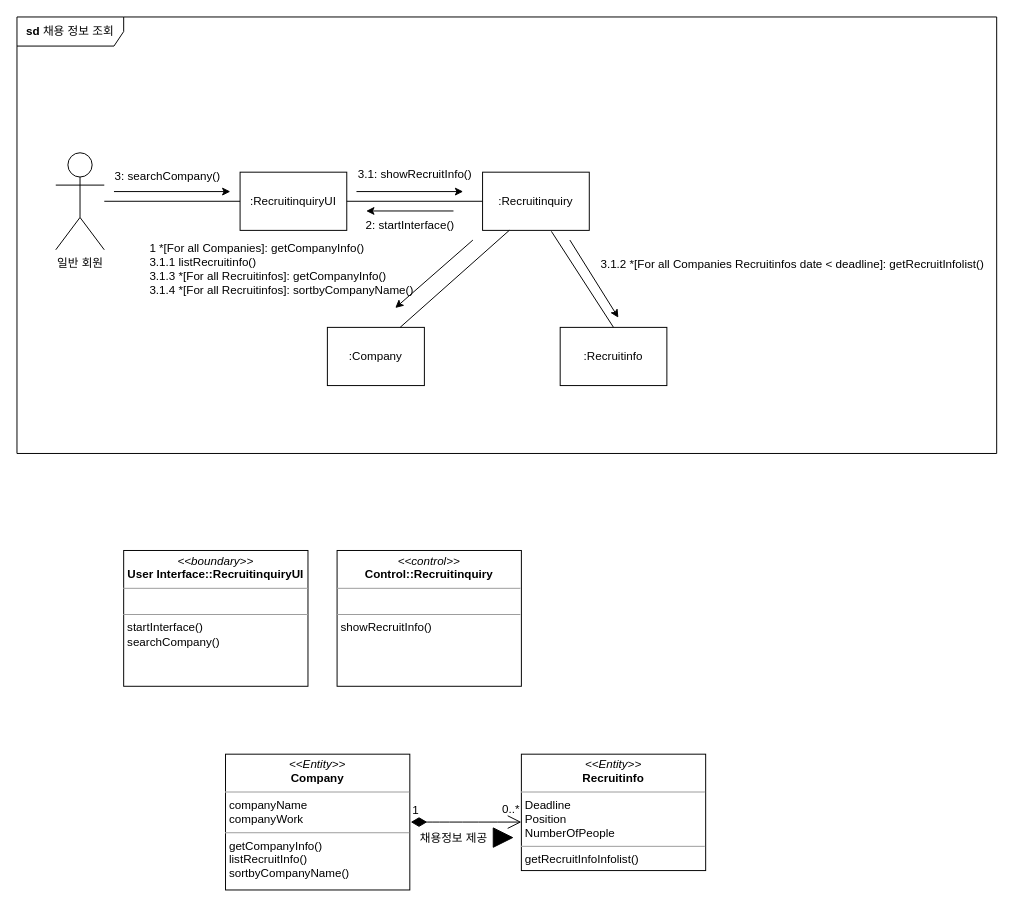
Before: Taemin/채용정보조회_Communication_Diagram_B811045김태민_과제2.drawio in KimTaemin-Git/SE2, a draw.io diagram. Source tidied: cells renumbered, new cells numbered last; positions are measured from the earlier drawing's top-left corner, leaving out a move shared by most shapes. Both pictures are drawn from the tidied source at 97%, with x=0, y=0 at pixel (16, 16).
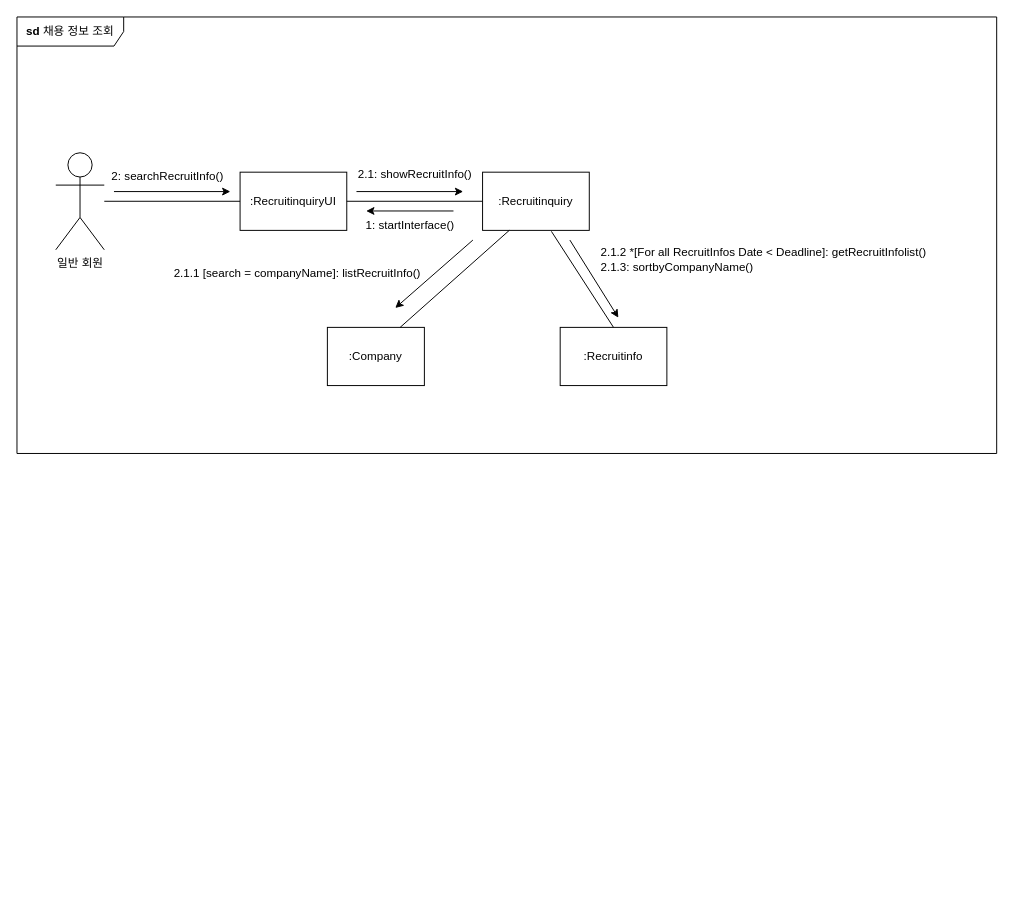
The same diagram, later.

What changed in the source:
```diff
@@
     <mxCell id="2" style="group;" parent="1" vertex="1">
-      <mxGeometry x="40" y="130" width="990" height="250" as="geometry" />
+      <mxGeometry x="40" y="130" width="980" height="250" as="geometry" />
     </mxCell>
@@
-    <mxCell id="11" value="1 *[For all Companies]: getCompanyInfo()&lt;br&gt;3.1.1 listRecruitinfo()&lt;br&gt;3.1.3 *[For all Recruitinfos]: getCompanyInfo()&lt;br&gt;3.1.4 *[For all Recruitinfos]: sortbyCompanyName()" style="text;html=1;align=left;verticalAlign=middle;strokeColor=none;fillColor=none;" parent="2" vertex="1">
-      <mxGeometry x="95" y="95" width="300" height="70" as="geometry" />
+    <mxCell id="11" value="2.1.1 [search = companyName]: listRecruitInfo()" style="text;html=1;align=left;verticalAlign=middle;strokeColor=none;fillColor=none;" parent="2" vertex="1">
+      <mxGeometry x="120" y="120" width="280" height="30" as="geometry" />
     </mxCell>
@@
-    <mxCell id="14" value="3: searchCompany()" style="text;html=1;align=center;verticalAlign=middle;strokeColor=none;fillColor=none;" parent="2" vertex="1">
-      <mxGeometry x="50" y="20" width="130" height="30" as="geometry" />
+    <mxCell id="14" value="2: searchRecruitInfo()" style="text;html=1;align=center;verticalAlign=middle;strokeColor=none;fillColor=none;" parent="2" vertex="1">
+      <mxGeometry x="45" y="20" width="140" height="30" as="geometry" />
     </mxCell>
@@
-    <mxCell id="16" value="2: startInterface()" style="text;html=1;align=center;verticalAlign=middle;strokeColor=none;fillColor=none;" parent="2" vertex="1">
+    <mxCell id="16" value="1: startInterface()" style="text;html=1;align=center;verticalAlign=middle;strokeColor=none;fillColor=none;" parent="2" vertex="1">
       <mxGeometry x="310" y="70" width="110" height="30" as="geometry" />
     </mxCell>
@@
-    <mxCell id="18" value="3.1.2 *[For all Companies Recruitinfos date &amp;lt; deadline]: getRecruitInfolist()" style="text;html=1;align=left;verticalAlign=middle;strokeColor=none;fillColor=none;" parent="2" vertex="1">
-      <mxGeometry x="560" y="110" width="420" height="30" as="geometry" />
+    <mxCell id="18" value="2.1.2 *[For all RecruitInfos Date &amp;lt; Deadline]: getRecruitInfolist()&lt;br&gt;2.1.3: sortbyCompanyName()" style="text;html=1;align=left;verticalAlign=middle;strokeColor=none;fillColor=none;" parent="2" vertex="1">
+      <mxGeometry x="560" y="100" width="360" height="40" as="geometry" />
     </mxCell>
@@
-    <mxCell id="20" value="3.1: showRecruitInfo()" style="text;html=1;align=center;verticalAlign=middle;strokeColor=none;fillColor=none;" parent="1" vertex="1">
+    <mxCell id="20" value="2.1: showRecruitInfo()" style="text;html=1;align=center;verticalAlign=middle;strokeColor=none;fillColor=none;" parent="1" vertex="1">
       <mxGeometry x="340" y="148" width="140" height="30" as="geometry" />
     </mxCell>
@@
-    <mxCell id="23" value="&lt;p style=&quot;margin:0px;margin-top:4px;text-align:center;&quot;&gt;&lt;i&gt;&amp;lt;&amp;lt;boundary&amp;gt;&amp;gt;&lt;/i&gt;&lt;br&gt;&lt;b&gt;User Interface::RecruitinquiryUI&lt;/b&gt;&lt;/p&gt;&lt;hr size=&quot;1&quot;&gt;&lt;p style=&quot;margin:0px;margin-left:4px;&quot;&gt;&lt;br&gt;&lt;/p&gt;&lt;hr size=&quot;1&quot;&gt;&lt;p style=&quot;margin:0px;margin-left:4px;&quot;&gt;startInterface()&lt;/p&gt;&lt;p style=&quot;margin:0px;margin-left:4px;&quot;&gt;searchCompany()&lt;/p&gt;" style="verticalAlign=top;align=left;overflow=fill;fontSize=12;fontFamily=Helvetica;html=1;whiteSpace=wrap;" parent="1" vertex="1">
-      <mxGeometry x="110" y="550" width="190" height="140" as="geometry" />
-    </mxCell>
-    <mxCell id="24" value="&lt;p style=&quot;margin:0px;margin-top:4px;text-align:center;&quot;&gt;&lt;i&gt;&amp;lt;&amp;lt;control&amp;gt;&amp;gt;&lt;/i&gt;&lt;br&gt;&lt;b&gt;Control::Recruitinquiry&lt;/b&gt;&lt;/p&gt;&lt;hr size=&quot;1&quot;&gt;&lt;p style=&quot;margin:0px;margin-left:4px;&quot;&gt;&lt;br&gt;&lt;/p&gt;&lt;hr size=&quot;1&quot;&gt;&lt;p style=&quot;margin:0px;margin-left:4px;&quot;&gt;showRecruitInfo()&lt;/p&gt;" style="verticalAlign=top;align=left;overflow=fill;fontSize=12;fontFamily=Helvetica;html=1;whiteSpace=wrap;" parent="1" vertex="1">
-      <mxGeometry x="330" y="550" width="190" height="140" as="geometry" />
-    </mxCell>
-    <mxCell id="25" value="&lt;p style=&quot;margin:0px;margin-top:4px;text-align:center;&quot;&gt;&lt;i&gt;&amp;lt;&amp;lt;Entity&amp;gt;&amp;gt;&lt;/i&gt;&lt;br&gt;&lt;b&gt;Company&lt;/b&gt;&lt;/p&gt;&lt;hr size=&quot;1&quot;&gt;&lt;p style=&quot;margin:0px;margin-left:4px;&quot;&gt;companyName&lt;/p&gt;&lt;p style=&quot;margin:0px;margin-left:4px;&quot;&gt;companyWork&lt;/p&gt;&lt;hr size=&quot;1&quot;&gt;&lt;p style=&quot;margin:0px;margin-left:4px;&quot;&gt;getCompanyInfo()&lt;/p&gt;&lt;p style=&quot;margin:0px;margin-left:4px;&quot;&gt;listRecruitInfo()&lt;/p&gt;&lt;p style=&quot;margin:0px;margin-left:4px;&quot;&gt;sortbyCompanyName()&lt;/p&gt;" style="verticalAlign=top;align=left;overflow=fill;fontSize=12;fontFamily=Helvetica;html=1;whiteSpace=wrap;" parent="1" vertex="1">
-      <mxGeometry x="215" y="760" width="190" height="140" as="geometry" />
-    </mxCell>
-    <mxCell id="26" value="&lt;p style=&quot;margin:0px;margin-top:4px;text-align:center;&quot;&gt;&lt;i&gt;&amp;lt;&amp;lt;Entity&amp;gt;&amp;gt;&lt;/i&gt;&lt;br&gt;&lt;b&gt;Recruitinfo&lt;/b&gt;&lt;/p&gt;&lt;hr size=&quot;1&quot;&gt;&lt;p style=&quot;margin:0px;margin-left:4px;&quot;&gt;Deadline&lt;/p&gt;&lt;p style=&quot;margin:0px;margin-left:4px;&quot;&gt;Position&lt;br&gt;&lt;/p&gt;&lt;p style=&quot;margin:0px;margin-left:4px;&quot;&gt;NumberOfPeople&lt;/p&gt;&lt;hr size=&quot;1&quot;&gt;&lt;p style=&quot;margin:0px;margin-left:4px;&quot;&gt;getRecruitInfoInfolist()&lt;/p&gt;" style="verticalAlign=top;align=left;overflow=fill;fontSize=12;fontFamily=Helvetica;html=1;whiteSpace=wrap;" parent="1" vertex="1">
-      <mxGeometry x="520" y="760" width="190" height="120" as="geometry" />
-    </mxCell>
-    <mxCell id="27" value="채용정보 제공" style="text;html=1;align=center;verticalAlign=middle;strokeColor=none;fillColor=none;" parent="1" vertex="1">
-      <mxGeometry x="400" y="832" width="100" height="30" as="geometry" />
-    </mxCell>
-    <mxCell id="28" style="shape=mxgraph.arrows2.wedgeArrow;html=1;startWidth=10;fillColor=strokeColor;defaultFillColor=invert;defaultGradientColor=invert;rounded=0;" parent="1" edge="1">
-      <mxGeometry relative="1" as="geometry">
-        <mxPoint x="491" y="846" as="sourcePoint" />
-        <mxPoint x="511" y="846" as="targetPoint" />
-      </mxGeometry>
-    </mxCell>
-    <mxCell id="29" value="0..*" style="text;html=1;align=center;verticalAlign=middle;strokeColor=none;fillColor=none;" parent="1" vertex="1">
-      <mxGeometry x="489" y="802" width="40" height="30" as="geometry" />
-    </mxCell>
-    <mxCell id="30" value="1" style="endArrow=open;html=1;endSize=12;startArrow=diamondThin;startSize=14;startFill=1;edgeStyle=orthogonalEdgeStyle;align=left;verticalAlign=bottom;rounded=0;fontSize=12;curved=1;" parent="1" edge="1">
-      <mxGeometry x="-1" y="3" relative="1" as="geometry">
-        <mxPoint x="406" y="830" as="sourcePoint" />
-        <mxPoint x="520" y="830" as="targetPoint" />
-      </mxGeometry>
-    </mxCell>
```
